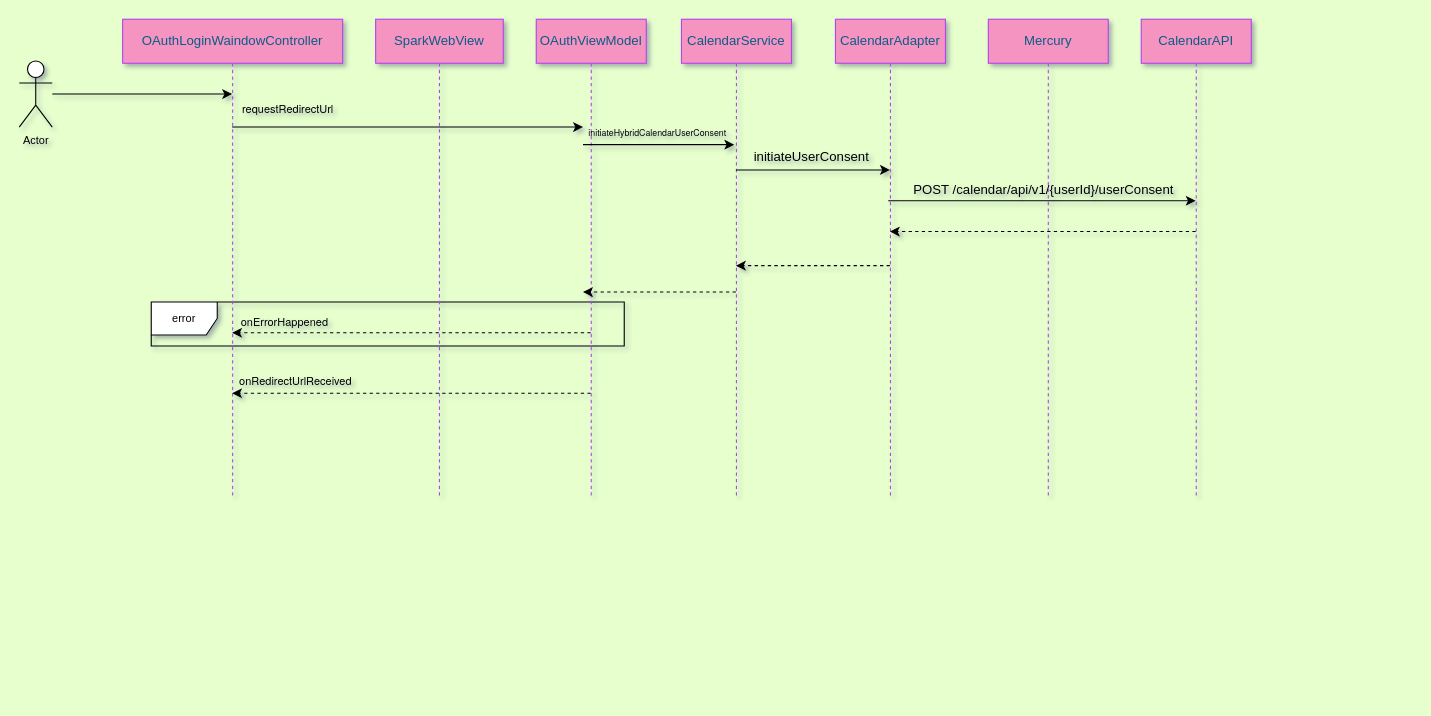
The draw.io diagram Untitled Diagram.drawio in jiankang/HelloWorld, before the edit. Source tidied: cells renumbered, new cells numbered last; positions are measured from the earlier drawing's top-left corner, leaving out a move shared by most shapes. Both pictures are drawn from the tidied source at 110%, with x=0, y=0 at pixel (19, 19).
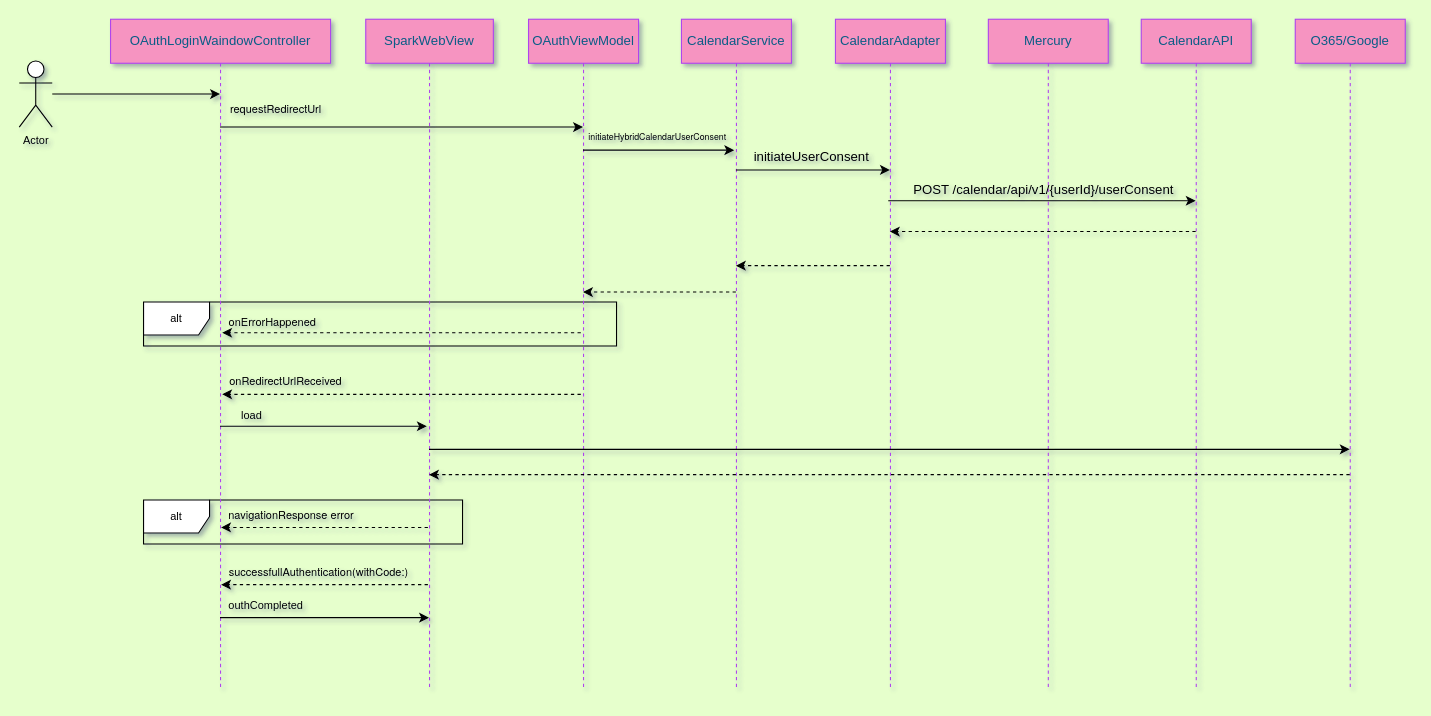
The same page after the edit.

Diff of the diagram source:
```diff
@@
+    <mxCell id="28" value="alt" style="shape=umlFrame;whiteSpace=wrap;html=1;fontSize=10;" parent="1" vertex="1">
+      <mxGeometry x="113" y="437" width="290" height="40" as="geometry" />
+    </mxCell>
-    <mxCell id="2" value="error" style="shape=umlFrame;whiteSpace=wrap;html=1;fontSize=10;" parent="1" vertex="1">
-      <mxGeometry x="120" y="257" width="430" height="40" as="geometry" />
+    <mxCell id="2" value="alt" style="shape=umlFrame;whiteSpace=wrap;html=1;fontSize=10;" parent="1" vertex="1">
+      <mxGeometry x="113" y="257" width="430" height="40" as="geometry" />
     </mxCell>
     <mxCell id="3" value="OAuthLoginWaindowController" style="shape=umlLifeline;perimeter=lifelinePerimeter;whiteSpace=wrap;html=1;outlineConnect=0;rounded=0;fontColor=#095C86;strokeColor=#AF45ED;fillColor=#F694C1;" parent="1" vertex="1">
-      <mxGeometry x="94" width="200" height="436" as="geometry" />
+      <mxGeometry x="83" width="200" height="610" as="geometry" />
     </mxCell>
@@
+    <mxCell id="29" style="endArrow=classic;html=1;rounded=0;fontSize=10;" parent="3" edge="1">
+      <mxGeometry relative="1" as="geometry">
+        <mxPoint x="99.5" y="370" as="sourcePoint" />
+        <mxPoint x="287.5" y="370" as="targetPoint" />
+      </mxGeometry>
+    </mxCell>
     <mxCell id="5" value="SparkWebView" style="shape=umlLifeline;perimeter=lifelinePerimeter;whiteSpace=wrap;html=1;outlineConnect=0;rounded=0;fontColor=#095C86;strokeColor=#AF45ED;fillColor=#F694C1;" parent="1" vertex="1">
-      <mxGeometry x="324" width="116" height="436" as="geometry" />
+      <mxGeometry x="315" width="116" height="610" as="geometry" />
     </mxCell>
     <mxCell id="6" value="OAuthViewModel" style="shape=umlLifeline;perimeter=lifelinePerimeter;whiteSpace=wrap;html=1;rounded=0;fontColor=#095C86;strokeColor=#AF45ED;fillColor=#F694C1;" parent="1" vertex="1">
-      <mxGeometry x="470" width="100" height="436" as="geometry" />
+      <mxGeometry x="463" width="100" height="610" as="geometry" />
     </mxCell>
     <mxCell id="7" value="CalendarService" style="shape=umlLifeline;perimeter=lifelinePerimeter;whiteSpace=wrap;html=1;rounded=0;fontColor=#095C86;strokeColor=#AF45ED;fillColor=#F694C1;" parent="1" vertex="1">
-      <mxGeometry x="602" width="100" height="436" as="geometry" />
+      <mxGeometry x="602" width="100" height="610" as="geometry" />
     </mxCell>
     <mxCell id="8" value="CalendarAdapter" style="shape=umlLifeline;perimeter=lifelinePerimeter;whiteSpace=wrap;html=1;rounded=0;fontColor=#095C86;strokeColor=#AF45ED;fillColor=#F694C1;" parent="1" vertex="1">
-      <mxGeometry x="742" width="100" height="436" as="geometry" />
+      <mxGeometry x="742" width="100" height="610" as="geometry" />
     </mxCell>
     <mxCell id="9" value="Mercury" style="shape=umlLifeline;perimeter=lifelinePerimeter;whiteSpace=wrap;html=1;rounded=0;fontColor=#095C86;strokeColor=#AF45ED;fillColor=#F694C1;" parent="1" vertex="1">
-      <mxGeometry x="881" width="109" height="436" as="geometry" />
+      <mxGeometry x="881" width="109" height="610" as="geometry" />
     </mxCell>
@@
     <mxCell id="11" value="CalendarAPI" style="shape=umlLifeline;perimeter=lifelinePerimeter;whiteSpace=wrap;html=1;rounded=0;fontColor=#095C86;strokeColor=#AF45ED;fillColor=#F694C1;" parent="1" vertex="1">
-      <mxGeometry x="1020" width="100" height="436" as="geometry" />
+      <mxGeometry x="1020" width="100" height="610" as="geometry" />
     </mxCell>
@@
     <mxCell id="15" style="endArrow=classic;html=1;rounded=0;" parent="1" edge="1">
       <mxGeometry relative="1" as="geometry">
-        <mxPoint x="512.5" y="114" as="sourcePoint" />
-        <mxPoint x="650" y="114" as="targetPoint" />
+        <mxPoint x="512.5" y="119" as="sourcePoint" />
+        <mxPoint x="650" y="119" as="targetPoint" />
       </mxGeometry>
     </mxCell>
     <mxCell id="16" value="&lt;p class=&quot;p1&quot; style=&quot;margin: 0px ; font-stretch: normal ; line-height: normal ; font-family: &amp;#34;helvetica neue&amp;#34;&quot;&gt;&lt;font style=&quot;font-size: 8px&quot;&gt;initiateHybridCalendarUserConsent&lt;/font&gt;&lt;/p&gt;" style="text;html=1;align=center;verticalAlign=middle;strokeColor=none;fillColor=none;" parent="1" vertex="1">
-      <mxGeometry x="510" y="91" width="140" height="20" as="geometry" />
+      <mxGeometry x="510" y="94" width="140" height="20" as="geometry" />
     </mxCell>
@@
     <mxCell id="23" style="endArrow=classic;html=1;rounded=0;fontSize=10;dashed=1;" parent="1" edge="1">
       <mxGeometry relative="1" as="geometry">
-        <mxPoint x="519.5" y="285" as="sourcePoint" />
-        <mxPoint x="193.5" y="285" as="targetPoint" />
+        <mxPoint x="510.5" y="285" as="sourcePoint" />
+        <mxPoint x="184.5" y="285" as="targetPoint" />
       </mxGeometry>
     </mxCell>
@@
     <mxCell id="25" style="endArrow=classic;html=1;rounded=0;fontSize=10;dashed=1;" parent="1" edge="1">
       <mxGeometry relative="1" as="geometry">
-        <mxPoint x="519.5" y="340" as="sourcePoint" />
-        <mxPoint x="193.5" y="340" as="targetPoint" />
+        <mxPoint x="510.5" y="341" as="sourcePoint" />
+        <mxPoint x="184.5" y="341" as="targetPoint" />
       </mxGeometry>
     </mxCell>
     <mxCell id="26" value="&lt;p class=&quot;p1&quot; style=&quot;margin: 0px ; font-stretch: normal ; line-height: normal ; font-family: &amp;#34;helvetica neue&amp;#34;&quot;&gt;onRedirectUrlReceived&lt;br&gt;&lt;/p&gt;" style="text;html=1;align=center;verticalAlign=middle;strokeColor=none;fillColor=none;fontSize=10;" parent="1" vertex="1">
-      <mxGeometry x="191" y="318" width="120" height="20" as="geometry" />
+      <mxGeometry x="182" y="318" width="120" height="20" as="geometry" />
     </mxCell>
     <mxCell id="27" value="&lt;p class=&quot;p1&quot; style=&quot;margin: 0px ; font-stretch: normal ; line-height: normal ; font-family: &amp;#34;helvetica neue&amp;#34;&quot;&gt;onErrorHappened&lt;br&gt;&lt;/p&gt;" style="text;html=1;align=center;verticalAlign=middle;strokeColor=none;fillColor=none;fontSize=10;" parent="1" vertex="1">
-      <mxGeometry x="191" y="264" width="100" height="20" as="geometry" />
+      <mxGeometry x="180" y="264" width="100" height="20" as="geometry" />
     </mxCell>
+    <mxCell id="30" value="load" style="text;html=1;align=center;verticalAlign=middle;strokeColor=none;fillColor=none;fontSize=10;" parent="1" vertex="1">
+      <mxGeometry x="196" y="350" width="30" height="20" as="geometry" />
+    </mxCell>
+    <mxCell id="31" style="endArrow=classic;html=1;rounded=0;fontSize=10;dashed=1;" parent="1" edge="1">
+      <mxGeometry relative="1" as="geometry">
+        <mxPoint x="371.5" y="462" as="sourcePoint" />
+        <mxPoint x="183.5" y="462" as="targetPoint" />
+      </mxGeometry>
+    </mxCell>
+    <mxCell id="32" value="&lt;p class=&quot;p1&quot; style=&quot;margin: 0px ; font-stretch: normal ; line-height: normal ; font-family: &amp;#34;helvetica neue&amp;#34;&quot;&gt;&lt;font style=&quot;font-size: 10px&quot;&gt;navigationResponse error&lt;/font&gt;&lt;/p&gt;" style="text;html=1;align=center;verticalAlign=middle;strokeColor=none;fillColor=none;fontSize=10;" parent="1" vertex="1">
+      <mxGeometry x="182" y="440" width="130" height="20" as="geometry" />
+    </mxCell>
+    <mxCell id="33" value="O365/Google" style="shape=umlLifeline;perimeter=lifelinePerimeter;whiteSpace=wrap;html=1;rounded=0;fontColor=#095C86;strokeColor=#AF45ED;fillColor=#F694C1;" parent="1" vertex="1">
+      <mxGeometry x="1160" width="100" height="610" as="geometry" />
+    </mxCell>
+    <mxCell id="34" style="endArrow=classic;html=1;rounded=0;fontSize=10;" parent="1" edge="1">
+      <mxGeometry relative="1" as="geometry">
+        <mxPoint x="372.5" y="391" as="sourcePoint" />
+        <mxPoint x="1209.5" y="391" as="targetPoint" />
+      </mxGeometry>
+    </mxCell>
+    <mxCell id="35" style="endArrow=classic;html=1;rounded=0;fontSize=10;dashed=1;" parent="1" edge="1" target="5">
+      <mxGeometry relative="1" as="geometry">
+        <mxPoint x="1209.5" y="414" as="sourcePoint" />
+      </mxGeometry>
+    </mxCell>
+    <mxCell id="36" style="endArrow=classic;html=1;rounded=0;fontSize=10;dashed=1;" parent="1" edge="1">
+      <mxGeometry relative="1" as="geometry">
+        <mxPoint x="371.5" y="514" as="sourcePoint" />
+        <mxPoint x="183.5" y="514" as="targetPoint" />
+      </mxGeometry>
+    </mxCell>
+    <mxCell id="37" value="&lt;p class=&quot;p1&quot; style=&quot;margin: 0px ; font-stretch: normal ; line-height: normal ; font-family: &amp;#34;helvetica neue&amp;#34;&quot;&gt;&lt;font style=&quot;font-size: 10px&quot;&gt;successfullAuthentication(withCode:)&lt;/font&gt;&lt;/p&gt;" style="text;html=1;align=center;verticalAlign=middle;strokeColor=none;fillColor=none;fontSize=10;" parent="1" vertex="1">
+      <mxGeometry x="182" y="492" width="180" height="20" as="geometry" />
+    </mxCell>
+    <mxCell id="38" style="endArrow=classic;html=1;rounded=0;fontSize=10;" parent="1" edge="1">
+      <mxGeometry relative="1" as="geometry">
+        <mxPoint x="182.5" y="544" as="sourcePoint" />
+        <mxPoint x="372.5" y="544" as="targetPoint" />
+      </mxGeometry>
+    </mxCell>
+    <mxCell id="39" value="outhCompleted" style="text;html=1;align=center;verticalAlign=middle;strokeColor=none;fillColor=none;fontSize=10;" parent="1" vertex="1">
+      <mxGeometry x="184" y="523" width="80" height="20" as="geometry" />
+    </mxCell>
```
